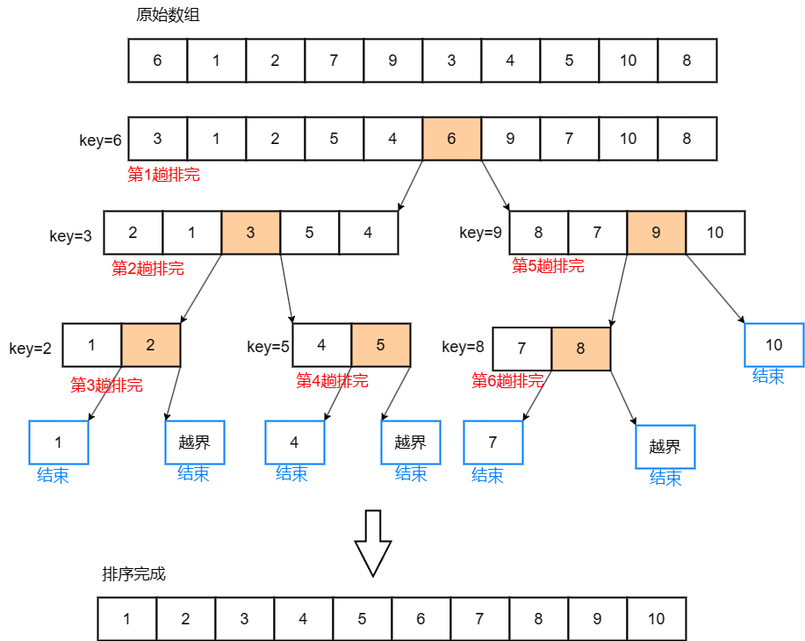
Above: 20240119.drawio.png in mrfengye2021/draw (draw.io), before the change. Source tidied: cells renumbered, new cells last; positions are measured from the earlier drawing's top-left corner, leaving out a move shared by most shapes.
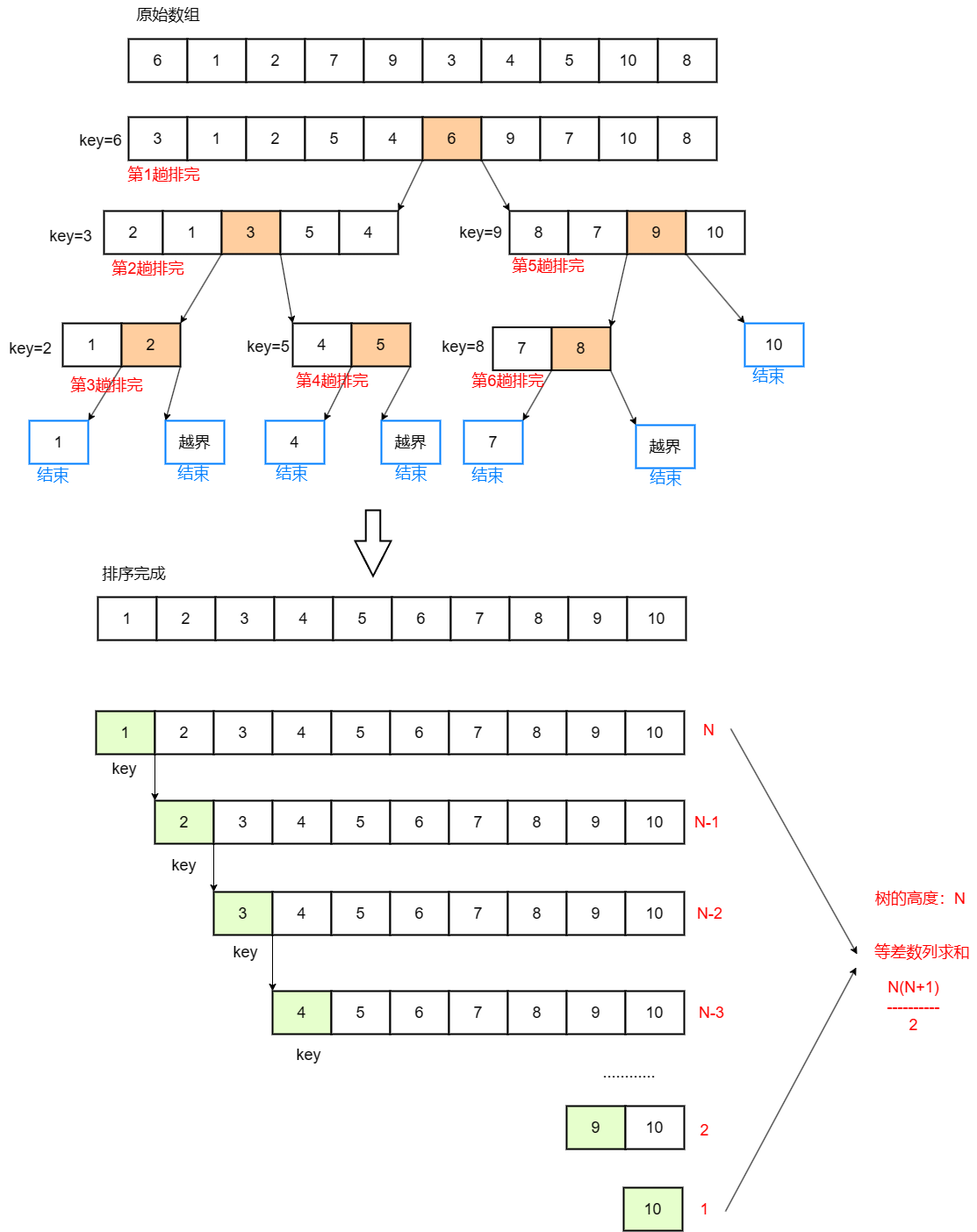
Above is the later version.

What changed in the source:
```diff
@@ -260,5 +260,179 @@
     <mxCell id="87" value="排序完成" style="text;html=1;align=center;verticalAlign=middle;strokeColor=none;fillColor=none;fontSize=18;fontFamily=Helvetica;fontColor=default;" parent="1" vertex="1">
       <mxGeometry x="106.5" y="637" width="90" height="34" as="geometry" />
     </mxCell>
+    <mxCell id="88" value="1" style="rounded=0;whiteSpace=wrap;html=1;fontSize=18;strokeWidth=2;fillColor=#E6FFCC;" parent="1" vertex="1">
+      <mxGeometry x="109" y="810" width="67" height="49" as="geometry" />
+    </mxCell>
+    <mxCell id="89" style="edgeStyle=none;shape=connector;rounded=0;jettySize=auto;html=1;exitX=0;exitY=1;exitDx=0;exitDy=0;entryX=0;entryY=0;entryDx=0;entryDy=0;labelBackgroundColor=default;strokeColor=default;align=center;verticalAlign=middle;fontFamily=Helvetica;fontSize=18;fontColor=default;endArrow=classic;" parent="1" edge="1" source="90" target="100">
+      <mxGeometry relative="1" as="geometry" />
+    </mxCell>
+    <mxCell id="90" value="2" style="rounded=0;whiteSpace=wrap;html=1;fontSize=18;strokeWidth=2;" parent="1" vertex="1">
+      <mxGeometry x="176" y="810" width="67" height="49" as="geometry" />
+    </mxCell>
+    <mxCell id="91" value="3" style="rounded=0;whiteSpace=wrap;html=1;fontSize=18;strokeWidth=2;" parent="1" vertex="1">
+      <mxGeometry x="243" y="810" width="67" height="49" as="geometry" />
+    </mxCell>
+    <mxCell id="92" value="4" style="rounded=0;whiteSpace=wrap;html=1;fontSize=18;strokeWidth=2;" parent="1" vertex="1">
+      <mxGeometry x="310" y="810" width="67" height="49" as="geometry" />
+    </mxCell>
+    <mxCell id="93" value="5" style="rounded=0;whiteSpace=wrap;html=1;fontSize=18;strokeWidth=2;" parent="1" vertex="1">
+      <mxGeometry x="377" y="810" width="67" height="49" as="geometry" />
+    </mxCell>
+    <mxCell id="94" value="6" style="rounded=0;whiteSpace=wrap;html=1;fontSize=18;strokeWidth=2;" parent="1" vertex="1">
+      <mxGeometry x="444" y="810" width="67" height="49" as="geometry" />
+    </mxCell>
+    <mxCell id="95" value="7" style="rounded=0;whiteSpace=wrap;html=1;fontSize=18;strokeWidth=2;" parent="1" vertex="1">
+      <mxGeometry x="511" y="810" width="67" height="49" as="geometry" />
+    </mxCell>
+    <mxCell id="96" value="8" style="rounded=0;whiteSpace=wrap;html=1;fontSize=18;strokeWidth=2;" parent="1" vertex="1">
+      <mxGeometry x="578" y="810" width="67" height="49" as="geometry" />
+    </mxCell>
+    <mxCell id="97" value="9" style="rounded=0;whiteSpace=wrap;html=1;fontSize=18;strokeWidth=2;" parent="1" vertex="1">
+      <mxGeometry x="645" y="810" width="67" height="49" as="geometry" />
+    </mxCell>
+    <mxCell id="98" value="10" style="rounded=0;whiteSpace=wrap;html=1;fontSize=18;strokeWidth=2;" parent="1" vertex="1">
+      <mxGeometry x="712" y="810" width="67" height="49" as="geometry" />
+    </mxCell>
+    <mxCell id="99" style="edgeStyle=none;shape=connector;rounded=0;jettySize=auto;html=1;exitX=1;exitY=1;exitDx=0;exitDy=0;entryX=0;entryY=0;entryDx=0;entryDy=0;labelBackgroundColor=default;strokeColor=default;align=center;verticalAlign=middle;fontFamily=Helvetica;fontSize=18;fontColor=default;endArrow=classic;" parent="1" edge="1" source="100" target="109">
+      <mxGeometry relative="1" as="geometry" />
+    </mxCell>
+    <mxCell id="100" value="2" style="rounded=0;whiteSpace=wrap;html=1;fontSize=18;strokeWidth=2;fillColor=#E6FFCC;" parent="1" vertex="1">
+      <mxGeometry x="176" y="912" width="67" height="49" as="geometry" />
+    </mxCell>
+    <mxCell id="101" value="3" style="rounded=0;whiteSpace=wrap;html=1;fontSize=18;strokeWidth=2;" parent="1" vertex="1">
+      <mxGeometry x="243" y="912" width="67" height="49" as="geometry" />
+    </mxCell>
+    <mxCell id="102" value="4" style="rounded=0;whiteSpace=wrap;html=1;fontSize=18;strokeWidth=2;" parent="1" vertex="1">
+      <mxGeometry x="310" y="912" width="67" height="49" as="geometry" />
+    </mxCell>
+    <mxCell id="103" value="5" style="rounded=0;whiteSpace=wrap;html=1;fontSize=18;strokeWidth=2;" parent="1" vertex="1">
+      <mxGeometry x="377" y="912" width="67" height="49" as="geometry" />
+    </mxCell>
+    <mxCell id="104" value="6" style="rounded=0;whiteSpace=wrap;html=1;fontSize=18;strokeWidth=2;" parent="1" vertex="1">
+      <mxGeometry x="444" y="912" width="67" height="49" as="geometry" />
+    </mxCell>
+    <mxCell id="105" value="7" style="rounded=0;whiteSpace=wrap;html=1;fontSize=18;strokeWidth=2;" parent="1" vertex="1">
+      <mxGeometry x="511" y="912" width="67" height="49" as="geometry" />
+    </mxCell>
+    <mxCell id="106" value="8" style="rounded=0;whiteSpace=wrap;html=1;fontSize=18;strokeWidth=2;" parent="1" vertex="1">
+      <mxGeometry x="578" y="912" width="67" height="49" as="geometry" />
+    </mxCell>
+    <mxCell id="107" value="9" style="rounded=0;whiteSpace=wrap;html=1;fontSize=18;strokeWidth=2;" parent="1" vertex="1">
+      <mxGeometry x="645" y="912" width="67" height="49" as="geometry" />
+    </mxCell>
+    <mxCell id="108" value="10" style="rounded=0;whiteSpace=wrap;html=1;fontSize=18;strokeWidth=2;" parent="1" vertex="1">
+      <mxGeometry x="712" y="912" width="67" height="49" as="geometry" />
+    </mxCell>
+    <mxCell id="109" value="3" style="rounded=0;whiteSpace=wrap;html=1;fontSize=18;strokeWidth=2;fillColor=#E6FFCC;" parent="1" vertex="1">
+      <mxGeometry x="243" y="1016" width="67" height="49" as="geometry" />
+    </mxCell>
+    <mxCell id="110" style="edgeStyle=none;shape=connector;rounded=0;jettySize=auto;html=1;exitX=0;exitY=1;exitDx=0;exitDy=0;entryX=0;entryY=0;entryDx=0;entryDy=0;labelBackgroundColor=default;strokeColor=default;align=center;verticalAlign=middle;fontFamily=Helvetica;fontSize=18;fontColor=default;endArrow=classic;" parent="1" edge="1" source="111" target="118">
+      <mxGeometry relative="1" as="geometry" />
+    </mxCell>
+    <mxCell id="111" value="4" style="rounded=0;whiteSpace=wrap;html=1;fontSize=18;strokeWidth=2;" parent="1" vertex="1">
+      <mxGeometry x="310" y="1016" width="67" height="49" as="geometry" />
+    </mxCell>
+    <mxCell id="112" value="5" style="rounded=0;whiteSpace=wrap;html=1;fontSize=18;strokeWidth=2;" parent="1" vertex="1">
+      <mxGeometry x="377" y="1016" width="67" height="49" as="geometry" />
+    </mxCell>
+    <mxCell id="113" value="6" style="rounded=0;whiteSpace=wrap;html=1;fontSize=18;strokeWidth=2;" parent="1" vertex="1">
+      <mxGeometry x="444" y="1016" width="67" height="49" as="geometry" />
+    </mxCell>
+    <mxCell id="114" value="7" style="rounded=0;whiteSpace=wrap;html=1;fontSize=18;strokeWidth=2;" parent="1" vertex="1">
+      <mxGeometry x="511" y="1016" width="67" height="49" as="geometry" />
+    </mxCell>
+    <mxCell id="115" value="8" style="rounded=0;whiteSpace=wrap;html=1;fontSize=18;strokeWidth=2;" parent="1" vertex="1">
+      <mxGeometry x="578" y="1016" width="67" height="49" as="geometry" />
+    </mxCell>
+    <mxCell id="116" value="9" style="rounded=0;whiteSpace=wrap;html=1;fontSize=18;strokeWidth=2;" parent="1" vertex="1">
+      <mxGeometry x="645" y="1016" width="67" height="49" as="geometry" />
+    </mxCell>
+    <mxCell id="117" value="10" style="rounded=0;whiteSpace=wrap;html=1;fontSize=18;strokeWidth=2;" parent="1" vertex="1">
+      <mxGeometry x="712" y="1016" width="67" height="49" as="geometry" />
+    </mxCell>
+    <mxCell id="118" value="4" style="rounded=0;whiteSpace=wrap;html=1;fontSize=18;strokeWidth=2;fillColor=#E6FFCC;" parent="1" vertex="1">
+      <mxGeometry x="310" y="1129" width="67" height="49" as="geometry" />
+    </mxCell>
+    <mxCell id="119" value="5" style="rounded=0;whiteSpace=wrap;html=1;fontSize=18;strokeWidth=2;" parent="1" vertex="1">
+      <mxGeometry x="377" y="1129" width="67" height="49" as="geometry" />
+    </mxCell>
+    <mxCell id="120" value="6" style="rounded=0;whiteSpace=wrap;html=1;fontSize=18;strokeWidth=2;" parent="1" vertex="1">
+      <mxGeometry x="444" y="1129" width="67" height="49" as="geometry" />
+    </mxCell>
+    <mxCell id="121" value="7" style="rounded=0;whiteSpace=wrap;html=1;fontSize=18;strokeWidth=2;" parent="1" vertex="1">
+      <mxGeometry x="511" y="1129" width="67" height="49" as="geometry" />
+    </mxCell>
+    <mxCell id="122" value="8" style="rounded=0;whiteSpace=wrap;html=1;fontSize=18;strokeWidth=2;" parent="1" vertex="1">
+      <mxGeometry x="578" y="1129" width="67" height="49" as="geometry" />
+    </mxCell>
+    <mxCell id="123" value="9" style="rounded=0;whiteSpace=wrap;html=1;fontSize=18;strokeWidth=2;" parent="1" vertex="1">
+      <mxGeometry x="645" y="1129" width="67" height="49" as="geometry" />
+    </mxCell>
+    <mxCell id="124" value="10" style="rounded=0;whiteSpace=wrap;html=1;fontSize=18;strokeWidth=2;" parent="1" vertex="1">
+      <mxGeometry x="712" y="1129" width="67" height="49" as="geometry" />
+    </mxCell>
+    <mxCell id="125" value="10" style="rounded=0;whiteSpace=wrap;html=1;fontSize=18;strokeWidth=2;fillColor=#E6FFCC;" parent="1" vertex="1">
+      <mxGeometry x="710" y="1353" width="67" height="49" as="geometry" />
+    </mxCell>
+    <mxCell id="126" value="key" style="text;html=1;align=center;verticalAlign=middle;strokeColor=none;fillColor=none;fontSize=18;fontFamily=Helvetica;fontColor=default;" parent="1" vertex="1">
+      <mxGeometry x="118" y="859" width="46" height="34" as="geometry" />
+    </mxCell>
+    <mxCell id="127" value="key" style="text;html=1;align=center;verticalAlign=middle;strokeColor=none;fillColor=none;fontSize=18;fontFamily=Helvetica;fontColor=default;" parent="1" vertex="1">
+      <mxGeometry x="186.5" y="969" width="46" height="34" as="geometry" />
+    </mxCell>
+    <mxCell id="128" value="key" style="text;html=1;align=center;verticalAlign=middle;strokeColor=none;fillColor=none;fontSize=18;fontFamily=Helvetica;fontColor=default;" parent="1" vertex="1">
+      <mxGeometry x="256" y="1068" width="46" height="34" as="geometry" />
+    </mxCell>
+    <mxCell id="129" value="key" style="text;html=1;align=center;verticalAlign=middle;strokeColor=none;fillColor=none;fontSize=18;fontFamily=Helvetica;fontColor=default;" parent="1" vertex="1">
+      <mxGeometry x="328" y="1185" width="46" height="34" as="geometry" />
+    </mxCell>
+    <mxCell id="130" value="&lt;font color=&quot;#ff0000&quot;&gt;N&lt;/font&gt;" style="text;html=1;align=center;verticalAlign=middle;strokeColor=none;fillColor=none;fontSize=18;fontFamily=Helvetica;fontColor=default;" parent="1" vertex="1">
+      <mxGeometry x="791" y="815" width="31" height="34" as="geometry" />
+    </mxCell>
+    <mxCell id="131" value="&lt;font color=&quot;#ff0000&quot;&gt;N-1&lt;/font&gt;" style="text;html=1;align=center;verticalAlign=middle;strokeColor=none;fillColor=none;fontSize=18;fontFamily=Helvetica;fontColor=default;" parent="1" vertex="1">
+      <mxGeometry x="781" y="919.5" width="47" height="34" as="geometry" />
+    </mxCell>
+    <mxCell id="132" value="&lt;font color=&quot;#ff0000&quot;&gt;N-2&lt;/font&gt;" style="text;html=1;align=center;verticalAlign=middle;strokeColor=none;fillColor=none;fontSize=18;fontFamily=Helvetica;fontColor=default;" parent="1" vertex="1">
+      <mxGeometry x="784.5" y="1023.5" width="47" height="34" as="geometry" />
+    </mxCell>
+    <mxCell id="133" value="&lt;font color=&quot;#ff0000&quot;&gt;N-3&lt;/font&gt;" style="text;html=1;align=center;verticalAlign=middle;strokeColor=none;fillColor=none;fontSize=18;fontFamily=Helvetica;fontColor=default;" parent="1" vertex="1">
+      <mxGeometry x="786.5" y="1136.5" width="47" height="34" as="geometry" />
+    </mxCell>
+    <mxCell id="134" value="9" style="rounded=0;whiteSpace=wrap;html=1;fontSize=18;strokeWidth=2;fillColor=#E6FFCC;" parent="1" vertex="1">
+      <mxGeometry x="645" y="1260" width="67" height="49" as="geometry" />
+    </mxCell>
+    <mxCell id="135" value="10" style="rounded=0;whiteSpace=wrap;html=1;fontSize=18;strokeWidth=2;" parent="1" vertex="1">
+      <mxGeometry x="712" y="1260" width="67" height="49" as="geometry" />
+    </mxCell>
+    <mxCell id="136" value="............" style="text;html=1;align=center;verticalAlign=middle;strokeColor=none;fillColor=none;fontSize=18;fontFamily=Helvetica;fontColor=default;" parent="1" vertex="1">
+      <mxGeometry x="676.5" y="1205" width="78" height="34" as="geometry" />
+    </mxCell>
+    <mxCell id="137" value="&lt;font color=&quot;#ff0000&quot;&gt;2&lt;/font&gt;" style="text;html=1;align=center;verticalAlign=middle;strokeColor=none;fillColor=none;fontSize=18;fontFamily=Helvetica;fontColor=default;" parent="1" vertex="1">
+      <mxGeometry x="788" y="1271" width="28" height="34" as="geometry" />
+    </mxCell>
+    <mxCell id="138" value="&lt;font color=&quot;#ff0000&quot;&gt;1&lt;/font&gt;" style="text;html=1;align=center;verticalAlign=middle;strokeColor=none;fillColor=none;fontSize=18;fontFamily=Helvetica;fontColor=default;" parent="1" vertex="1">
+      <mxGeometry x="788" y="1360.5" width="28" height="34" as="geometry" />
+    </mxCell>
+    <mxCell id="139" style="endArrow=classic;html=1;rounded=0;labelBackgroundColor=default;strokeColor=default;align=center;verticalAlign=middle;fontFamily=Helvetica;fontSize=18;fontColor=default;shape=connector;" parent="1" edge="1">
+      <mxGeometry relative="1" as="geometry">
+        <mxPoint x="832" y="830" as="sourcePoint" />
+        <mxPoint x="976" y="1087" as="targetPoint" />
+      </mxGeometry>
+    </mxCell>
+    <mxCell id="140" style="endArrow=classic;html=1;rounded=0;labelBackgroundColor=default;strokeColor=default;align=center;verticalAlign=middle;fontFamily=Helvetica;fontSize=18;fontColor=default;shape=connector;" parent="1" edge="1">
+      <mxGeometry relative="1" as="geometry">
+        <mxPoint x="826" y="1380" as="sourcePoint" />
+        <mxPoint x="975" y="1102" as="targetPoint" />
+      </mxGeometry>
+    </mxCell>
+    <mxCell id="141" value="&lt;font color=&quot;#ff0000&quot;&gt;等差数列求和&lt;/font&gt;" style="text;html=1;align=center;verticalAlign=middle;strokeColor=none;fillColor=none;fontSize=18;fontFamily=Helvetica;fontColor=default;" parent="1" vertex="1">
+      <mxGeometry x="987" y="1068" width="126" height="34" as="geometry" />
+    </mxCell>
+    <mxCell id="142" value="&lt;font color=&quot;#ff0000&quot;&gt;N(N+1)&lt;br&gt;----------&lt;br&gt;2&lt;/font&gt;" style="text;html=1;align=center;verticalAlign=middle;strokeColor=none;fillColor=none;fontSize=18;fontFamily=Helvetica;fontColor=default;" parent="1" vertex="1">
+      <mxGeometry x="1001" y="1108" width="78" height="77" as="geometry" />
+    </mxCell>
+    <mxCell id="143" value="&lt;font color=&quot;#ff0000&quot;&gt;树的高度：N&lt;/font&gt;" style="text;html=1;align=center;verticalAlign=middle;strokeColor=none;fillColor=none;fontSize=18;fontFamily=Helvetica;fontColor=default;" parent="1" vertex="1">
+      <mxGeometry x="987" y="1007" width="121" height="34" as="geometry" />
+    </mxCell>
   </root>
 </mxGraphModel>
```
